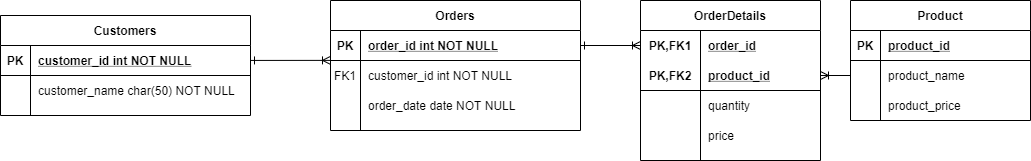
Werren-m/projectTryOut keeps this draw.io diagram as Entity Relationship Diagram.png. Above is the earlier version. Source tidied: cells renumbered, new cells last; positions are measured from the earlier drawing's top-left corner, leaving out a move shared by most shapes.
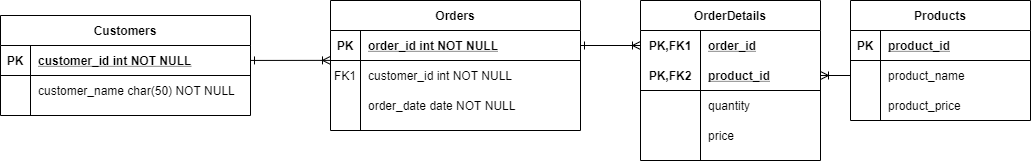
Above is the later version.

What changed in the source:
```diff
@@ -80,7 +80,7 @@
     <mxCell id="27" value="price" style="shape=partialRectangle;fillColor=none;top=0;left=0;bottom=0;right=0;align=left;spacingLeft=6;overflow=hidden;" parent="25" vertex="1">
       <mxGeometry x="60" width="120" height="30" as="geometry" />
     </mxCell>
-    <mxCell id="28" value="Product" style="shape=table;startSize=30;rowLines=0;fontStyle=1;align=center;" parent="1" vertex="1">
+    <mxCell id="28" value="Products" style="shape=table;startSize=30;rowLines=0;fontStyle=1;align=center;" parent="1" vertex="1">
       <mxGeometry x="850" width="180" height="120" as="geometry" />
     </mxCell>
     <mxCell id="29" style="shape=partialRectangle;fillColor=none;top=0;left=0;bottom=1;right=0;" parent="28" vertex="1">
```
